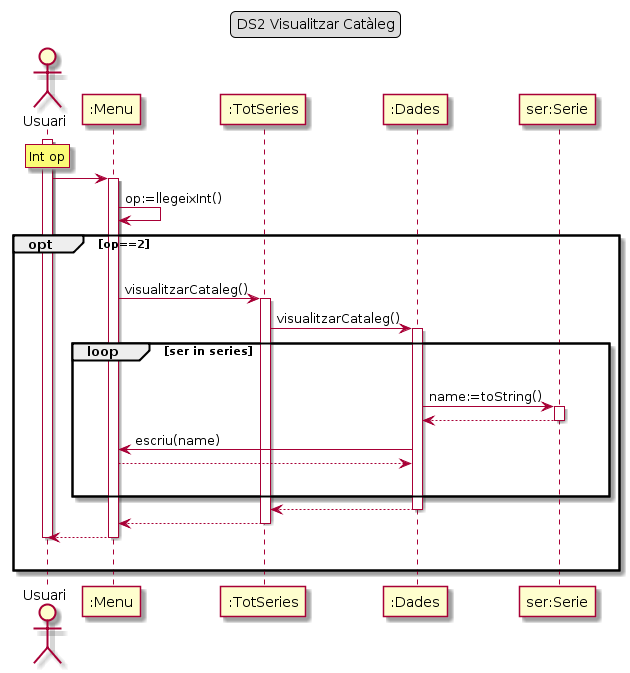
This is Lab4/GrupA_BergantiñosAngelDiazFranciscoL1b/DS/DS2 Cataleg.png from Ralleg314/DS, a PlantUML export, as it was before one commit. The source it was exported from:
```plantuml
@startuml
legend top
    DS2 Visualitzar Catàleg
end legend

actor Usuari as usuari
activate usuari

rnote over usuari
    Int op
end rnote

participant ":Menu" as menu
participant ":TotSeries" as TS
participant ":Dades" as dades
participant "ser:Serie" as serie

usuari -> menu
activate menu
menu ->menu : op:=llegeixInt()
opt op==2
    |||
    menu ->TS: visualitzarCataleg()
    activate TS

    TS -> dades: visualitzarCataleg()
    activate dades
    loop ser in series
        |||
        dades ->serie : name:=toString()
        activate serie
        serie --> dades
        deactivate serie
        dades -> menu : escriu(name)
        menu ---> dades
        |||
    end
    dades --> TS
    deactivate dades
    TS ---> menu
    deactivate TS
    menu --> usuari
    deactivate menu
    deactivate usuari
    |||
end
@enduml
```
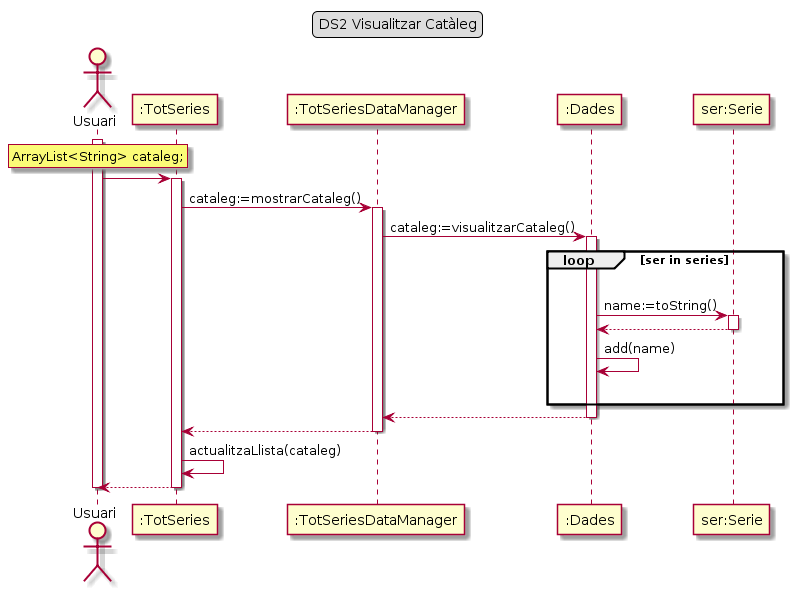
After the commit.

Diff of the diagram source:
```diff
@@ -5,43 +5,39 @@
 
 actor Usuari as usuari
 activate usuari
-
 rnote over usuari
-    Int op
+    ArrayList<String> cataleg;
 end rnote
 
-participant ":Menu" as menu
-participant ":TotSeries" as TS
+participant ":TotSeries" as menu
+participant ":TotSeriesDataManager" as TS
 participant ":Dades" as dades
 participant "ser:Serie" as serie
 
 usuari -> menu
 activate menu
-menu ->menu : op:=llegeixInt()
-opt op==2
+
+
+menu ->TS: cataleg:=mostrarCataleg()
+activate TS
+
+TS -> dades: cataleg:=visualitzarCataleg()
+activate dades
+loop ser in series
     |||
-    menu ->TS: visualitzarCataleg()
-    activate TS
-
-    TS -> dades: visualitzarCataleg()
-    activate dades
-    loop ser in series
-        |||
-        dades ->serie : name:=toString()
-        activate serie
-        serie --> dades
-        deactivate serie
-        dades -> menu : escriu(name)
-        menu ---> dades
-        |||
-    end
-    dades --> TS
-    deactivate dades
-    TS ---> menu
-    deactivate TS
-    menu --> usuari
-    deactivate menu
-    deactivate usuari
+    dades ->serie : name:=toString()
+    activate serie
+    serie --> dades
+    deactivate serie
+    dades -> dades: add(name)
     |||
 end
+dades --> TS
+deactivate dades
+TS ---> menu
+deactivate TS
+menu -> menu :actualitzaLlista(cataleg)
+menu --> usuari
+deactivate menu
+deactivate usuari
 @enduml
```
